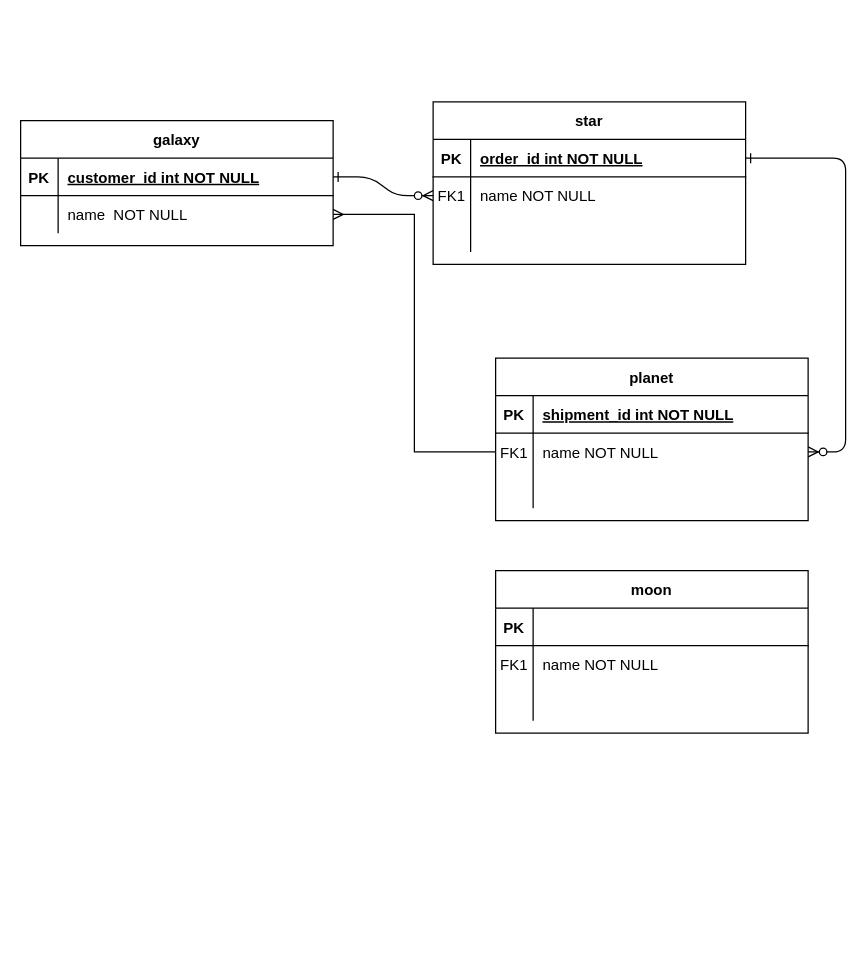
Earlier version of the draw.io diagram Untitled Diagram.drawio (Trusaman/Celestial-Bodies-Database-Freecodecamp). Source tidied: cells renumbered, new cells numbered last; positions are measured from the earlier drawing's top-left corner, leaving out a move shared by most shapes. Both pictures are drawn from the tidied source at 125%, with x=0, y=0 at pixel (20, 101).
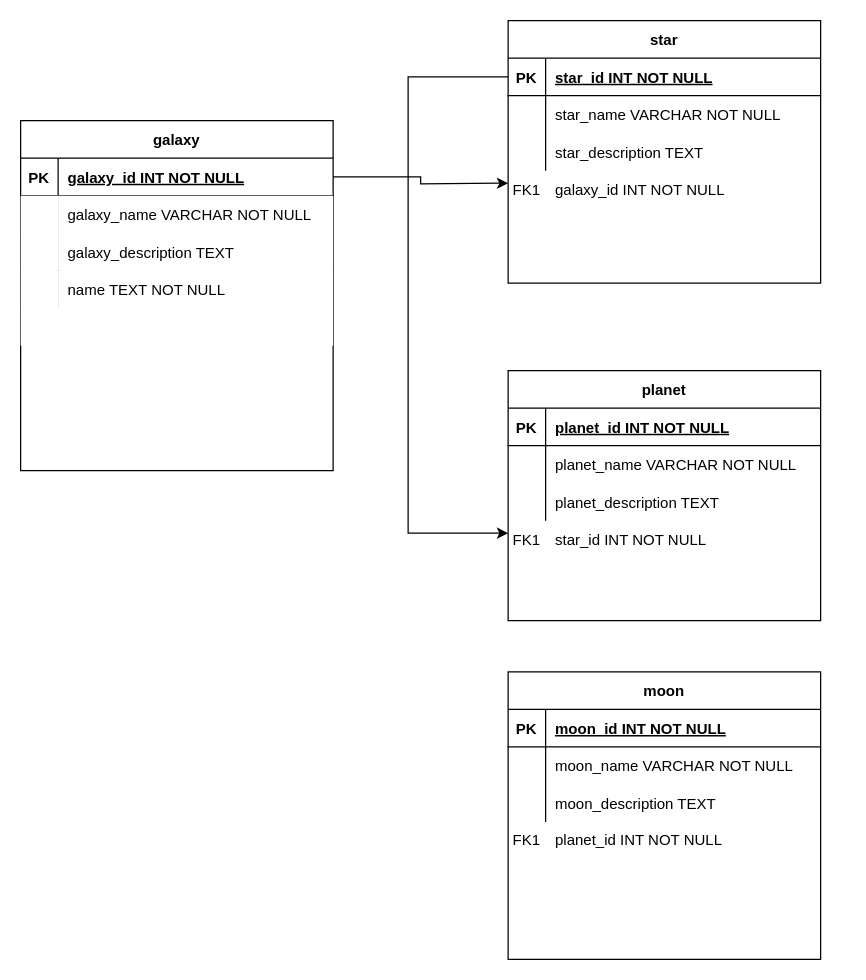
After the change.

Change to the diagram source:
```diff
@@
-    <mxCell id="2" style="edgeStyle=entityRelationEdgeStyle;endArrow=ERzeroToMany;startArrow=ERone;endFill=1;startFill=0;" parent="1" edge="1" source="25" target="8">
-      <mxGeometry relative="1" as="geometry" />
-    </mxCell>
-    <mxCell id="3" style="edgeStyle=entityRelationEdgeStyle;endArrow=ERzeroToMany;startArrow=ERone;endFill=1;startFill=0;" parent="1" edge="1" source="5" target="18">
-      <mxGeometry relative="1" as="geometry" />
-    </mxCell>
+    <mxCell id="14" value="planet" style="shape=table;startSize=30;childLayout=tableLayout;rowLines=0;fontStyle=1;align=center;gradientColor=none;shadow=0;" parent="1" vertex="1">
+      <mxGeometry x="390" y="215" width="250" height="200" as="geometry" />
+    </mxCell>
+    <mxCell id="15" style="shape=partialRectangle;fillColor=none;top=0;left=0;right=0;bottom=1;shadow=0;" parent="14" vertex="1">
+      <mxGeometry y="30" width="250" height="30" as="geometry" />
+    </mxCell>
+    <mxCell id="16" value="PK" style="shape=partialRectangle;overflow=hidden;fillColor=none;top=0;left=0;bottom=0;right=0;fontStyle=1;shadow=0;" parent="15" vertex="1">
+      <mxGeometry width="30" height="30" as="geometry" />
+    </mxCell>
+    <mxCell id="17" value="planet_id INT NOT NULL " style="shape=partialRectangle;overflow=hidden;fillColor=none;top=0;left=0;bottom=0;right=0;align=left;spacingLeft=6;fontStyle=5;shadow=0;" parent="15" vertex="1">
+      <mxGeometry x="30" width="220" height="30" as="geometry" />
+    </mxCell>
+    <mxCell id="18" style="shape=partialRectangle;fillColor=none;points=[[0,0.5],[1,0.5]];portConstraint=eastwest;top=0;left=0;right=0;bottom=0;shadow=0;" parent="14" vertex="1">
+      <mxGeometry y="60" width="250" height="30" as="geometry" />
+    </mxCell>
+    <mxCell id="19" style="shape=partialRectangle;overflow=hidden;fillColor=none;top=0;left=0;bottom=0;right=0;shadow=0;" parent="18" vertex="1">
+      <mxGeometry width="30" height="30" as="geometry" />
+    </mxCell>
+    <mxCell id="20" value="planet_name VARCHAR NOT NULL" style="shape=partialRectangle;overflow=hidden;fillColor=none;top=0;left=0;bottom=0;right=0;align=left;spacingLeft=6;shadow=0;" parent="18" vertex="1">
+      <mxGeometry x="30" width="220" height="30" as="geometry" />
+    </mxCell>
+    <mxCell id="21" style="shape=partialRectangle;fillColor=none;top=0;left=0;right=0;bottom=0;shadow=0;" parent="14" vertex="1">
+      <mxGeometry y="90" width="250" height="30" as="geometry" />
+    </mxCell>
+    <mxCell id="22" style="shape=partialRectangle;overflow=hidden;fillColor=none;top=0;left=0;bottom=0;right=0;shadow=0;" parent="21" vertex="1">
+      <mxGeometry width="30" height="30" as="geometry" />
+    </mxCell>
+    <mxCell id="23" value="planet_description TEXT" style="shape=partialRectangle;overflow=hidden;fillColor=none;top=0;left=0;bottom=0;right=0;align=left;spacingLeft=6;shadow=0;" parent="21" vertex="1">
+      <mxGeometry x="30" width="220" height="30" as="geometry" />
+    </mxCell>
-    <mxCell id="4" value="star" style="shape=table;startSize=30;childLayout=tableLayout;rowLines=0;fontStyle=1;align=center;" parent="1" vertex="1">
-      <mxGeometry x="330" width="250" height="130" as="geometry" />
+    <mxCell id="4" value="star" style="shape=table;startSize=30;childLayout=tableLayout;rowLines=0;fontStyle=1;align=center;swimlaneLine=1;sketch=0;shadow=0;" parent="1" vertex="1">
+      <mxGeometry x="390" y="-65" width="250" height="210" as="geometry" />
     </mxCell>
-    <mxCell id="5" style="shape=partialRectangle;fillColor=none;points=[[0,0.5],[1,0.5]];portConstraint=eastwest;top=0;left=0;right=0;bottom=1;" parent="4" vertex="1">
+    <mxCell id="5" style="shape=partialRectangle;fillColor=none;points=[[0,0.5],[1,0.5]];portConstraint=eastwest;top=0;left=0;right=0;bottom=1;shadow=0;" parent="4" vertex="1">
       <mxGeometry y="30" width="250" height="30" as="geometry" />
     </mxCell>
-    <mxCell id="6" value="PK" style="shape=partialRectangle;overflow=hidden;fillColor=none;top=0;left=0;bottom=0;right=0;fontStyle=1;" parent="5" vertex="1">
+    <mxCell id="6" value="PK" style="shape=partialRectangle;overflow=hidden;fillColor=none;top=0;left=0;bottom=0;right=0;fontStyle=1;shadow=0;" parent="5" vertex="1">
       <mxGeometry width="30" height="30" as="geometry" />
     </mxCell>
-    <mxCell id="7" value="order_id int NOT NULL " style="shape=partialRectangle;overflow=hidden;fillColor=none;top=0;left=0;bottom=0;right=0;align=left;spacingLeft=6;fontStyle=5;" parent="5" vertex="1">
+    <mxCell id="7" value="star_id INT NOT NULL " style="shape=partialRectangle;overflow=hidden;fillColor=none;top=0;left=0;bottom=0;right=0;align=left;spacingLeft=6;fontStyle=5;shadow=0;" parent="5" vertex="1">
       <mxGeometry x="30" width="220" height="30" as="geometry" />
     </mxCell>
-    <mxCell id="8" style="shape=partialRectangle;fillColor=none;points=[[0,0.5],[1,0.5]];portConstraint=eastwest;top=0;left=0;right=0;bottom=0;" parent="4" vertex="1">
+    <mxCell id="8" style="shape=partialRectangle;fillColor=none;points=[[0,0.5],[1,0.5]];portConstraint=eastwest;top=0;left=0;right=0;bottom=0;shadow=0;" parent="4" vertex="1">
       <mxGeometry y="60" width="250" height="30" as="geometry" />
     </mxCell>
-    <mxCell id="9" value="FK1" style="shape=partialRectangle;overflow=hidden;fillColor=none;top=0;left=0;bottom=0;right=0;" parent="8" vertex="1">
+    <mxCell id="9" style="shape=partialRectangle;overflow=hidden;fillColor=none;top=0;left=0;bottom=0;right=0;shadow=0;" parent="8" vertex="1">
       <mxGeometry width="30" height="30" as="geometry" />
     </mxCell>
-    <mxCell id="10" value="name NOT NULL" style="shape=partialRectangle;overflow=hidden;fillColor=none;top=0;left=0;bottom=0;right=0;align=left;spacingLeft=6;" parent="8" vertex="1">
+    <mxCell id="10" value="star_name VARCHAR NOT NULL" style="shape=partialRectangle;overflow=hidden;fillColor=none;top=0;left=0;bottom=0;right=0;align=left;spacingLeft=6;shadow=0;" parent="8" vertex="1">
       <mxGeometry x="30" width="220" height="30" as="geometry" />
     </mxCell>
-    <mxCell id="11" style="shape=partialRectangle;fillColor=none;top=0;left=0;right=0;bottom=0;" parent="4" vertex="1">
+    <mxCell id="11" style="shape=partialRectangle;fillColor=none;top=0;left=0;right=0;bottom=0;shadow=0;" parent="4" vertex="1">
       <mxGeometry y="90" width="250" height="30" as="geometry" />
     </mxCell>
-    <mxCell id="12" style="shape=partialRectangle;overflow=hidden;fillColor=none;top=0;left=0;bottom=0;right=0;" parent="11" vertex="1">
+    <mxCell id="12" style="shape=partialRectangle;overflow=hidden;fillColor=none;top=0;left=0;bottom=0;right=0;shadow=0;" parent="11" vertex="1">
       <mxGeometry width="30" height="30" as="geometry" />
     </mxCell>
-    <mxCell id="13" style="shape=partialRectangle;overflow=hidden;fillColor=none;top=0;left=0;bottom=0;right=0;align=left;spacingLeft=6;" parent="11" vertex="1">
+    <mxCell id="13" value="star_description TEXT" style="shape=partialRectangle;overflow=hidden;fillColor=none;top=0;left=0;bottom=0;right=0;align=left;spacingLeft=6;shadow=0;" parent="11" vertex="1">
       <mxGeometry x="30" width="220" height="30" as="geometry" />
     </mxCell>
-    <mxCell id="14" value="planet" style="shape=table;startSize=30;childLayout=tableLayout;rowLines=0;fontStyle=1;align=center;" parent="1" vertex="1">
-      <mxGeometry x="380" y="205" width="250" height="130" as="geometry" />
-    </mxCell>
-    <mxCell id="15" style="shape=partialRectangle;fillColor=none;top=0;left=0;right=0;bottom=1;" parent="14" vertex="1">
-      <mxGeometry y="30" width="250" height="30" as="geometry" />
-    </mxCell>
-    <mxCell id="16" value="PK" style="shape=partialRectangle;overflow=hidden;fillColor=none;top=0;left=0;bottom=0;right=0;fontStyle=1;" parent="15" vertex="1">
-      <mxGeometry width="30" height="30" as="geometry" />
-    </mxCell>
-    <mxCell id="17" value="shipment_id int NOT NULL " style="shape=partialRectangle;overflow=hidden;fillColor=none;top=0;left=0;bottom=0;right=0;align=left;spacingLeft=6;fontStyle=5;" parent="15" vertex="1">
-      <mxGeometry x="30" width="220" height="30" as="geometry" />
-    </mxCell>
-    <mxCell id="18" style="shape=partialRectangle;fillColor=none;points=[[0,0.5],[1,0.5]];portConstraint=eastwest;top=0;left=0;right=0;bottom=0;" parent="14" vertex="1">
-      <mxGeometry y="60" width="250" height="30" as="geometry" />
-    </mxCell>
-    <mxCell id="19" value="FK1" style="shape=partialRectangle;overflow=hidden;fillColor=none;top=0;left=0;bottom=0;right=0;" parent="18" vertex="1">
-      <mxGeometry width="30" height="30" as="geometry" />
-    </mxCell>
-    <mxCell id="20" value="name NOT NULL" style="shape=partialRectangle;overflow=hidden;fillColor=none;top=0;left=0;bottom=0;right=0;align=left;spacingLeft=6;" parent="18" vertex="1">
-      <mxGeometry x="30" width="220" height="30" as="geometry" />
-    </mxCell>
-    <mxCell id="21" style="shape=partialRectangle;fillColor=none;top=0;left=0;right=0;bottom=0;" parent="14" vertex="1">
-      <mxGeometry y="90" width="250" height="30" as="geometry" />
-    </mxCell>
-    <mxCell id="22" style="shape=partialRectangle;overflow=hidden;fillColor=none;top=0;left=0;bottom=0;right=0;" parent="21" vertex="1">
-      <mxGeometry width="30" height="30" as="geometry" />
-    </mxCell>
-    <mxCell id="23" style="shape=partialRectangle;overflow=hidden;fillColor=none;top=0;left=0;bottom=0;right=0;align=left;spacingLeft=6;" parent="21" vertex="1">
-      <mxGeometry x="30" width="220" height="30" as="geometry" />
-    </mxCell>
-    <mxCell id="24" value="galaxy" style="shape=table;startSize=30;childLayout=tableLayout;rowLines=0;fontStyle=1;align=center;" parent="1" vertex="1">
-      <mxGeometry y="15" width="250" height="100" as="geometry" />
+    <mxCell id="24" value="galaxy" style="shape=table;startSize=30;childLayout=tableLayout;rowLines=0;fontStyle=1;align=center;shadow=0;" parent="1" vertex="1">
+      <mxGeometry y="15" width="250" height="280" as="geometry" />
     </mxCell>
-    <mxCell id="25" style="shape=partialRectangle;fillColor=none;points=[[0,0.5],[1,0.5]];portConstraint=eastwest;top=0;left=0;right=0;bottom=1;" parent="24" vertex="1">
+    <mxCell id="25" style="shape=partialRectangle;fillColor=none;points=[[0,0.5],[1,0.5]];portConstraint=eastwest;top=0;left=0;right=0;bottom=1;shadow=0;" parent="24" vertex="1">
       <mxGeometry y="30" width="250" height="30" as="geometry" />
     </mxCell>
-    <mxCell id="26" value="PK" style="shape=partialRectangle;overflow=hidden;fillColor=none;top=0;left=0;bottom=0;right=0;fontStyle=1;" parent="25" vertex="1">
+    <mxCell id="26" value="PK" style="shape=partialRectangle;overflow=hidden;fillColor=none;top=0;left=0;bottom=0;right=0;fontStyle=1;shadow=0;" parent="25" vertex="1">
       <mxGeometry width="30" height="30" as="geometry" />
     </mxCell>
-    <mxCell id="27" value="customer_id int NOT NULL " style="shape=partialRectangle;overflow=hidden;fillColor=none;top=0;left=0;bottom=0;right=0;align=left;spacingLeft=6;fontStyle=5;" parent="25" vertex="1">
+    <mxCell id="27" value="galaxy_id INT NOT NULL " style="shape=partialRectangle;overflow=hidden;fillColor=none;top=0;left=0;bottom=0;right=0;align=left;spacingLeft=6;fontStyle=5;shadow=0;" parent="25" vertex="1">
       <mxGeometry x="30" width="220" height="30" as="geometry" />
     </mxCell>
-    <mxCell id="28" style="shape=partialRectangle;fillColor=none;points=[[0,0.5],[1,0.5]];portConstraint=eastwest;top=0;left=0;right=0;bottom=0;" parent="24" vertex="1">
+    <mxCell id="28" style="shape=partialRectangle;fillColor=none;points=[[0,0.5],[1,0.5]];portConstraint=eastwest;top=0;left=0;right=0;bottom=0;shadow=0;" parent="24" vertex="1">
       <mxGeometry y="60" width="250" height="30" as="geometry" />
     </mxCell>
-    <mxCell id="29" style="shape=partialRectangle;overflow=hidden;fillColor=none;top=0;left=0;bottom=0;right=0;" parent="28" vertex="1">
+    <mxCell id="29" style="shape=partialRectangle;overflow=hidden;top=0;left=0;bottom=0;right=0;shadow=0;" parent="28" vertex="1">
       <mxGeometry width="30" height="30" as="geometry" />
     </mxCell>
-    <mxCell id="30" value="name  NOT NULL" style="shape=partialRectangle;overflow=hidden;fillColor=none;top=0;left=0;bottom=0;right=0;align=left;spacingLeft=6;" parent="28" vertex="1">
+    <mxCell id="30" value="galaxy_name VARCHAR NOT NULL" style="shape=partialRectangle;overflow=hidden;top=0;left=0;bottom=0;right=0;align=left;spacingLeft=6;shadow=0;" parent="28" vertex="1">
       <mxGeometry x="30" width="220" height="30" as="geometry" />
     </mxCell>
+    <mxCell id="42" style="shape=partialRectangle;fillColor=none;top=0;left=0;right=0;bottom=0;shadow=0;" parent="24" vertex="1">
+      <mxGeometry y="90" width="250" height="30" as="geometry" />
+    </mxCell>
+    <mxCell id="43" style="shape=partialRectangle;overflow=hidden;top=0;left=0;bottom=0;right=0;shadow=0;" parent="42" vertex="1">
+      <mxGeometry width="30" height="30" as="geometry" />
+    </mxCell>
+    <mxCell id="44" value="galaxy_description TEXT" style="shape=partialRectangle;overflow=hidden;top=0;left=0;bottom=0;right=0;align=left;spacingLeft=6;shadow=0;" parent="42" vertex="1">
+      <mxGeometry x="30" width="220" height="30" as="geometry" />
+    </mxCell>
+    <mxCell id="45" style="shape=partialRectangle;fillColor=none;top=0;left=0;right=0;bottom=0;shadow=0;" parent="24" vertex="1">
+      <mxGeometry y="120" width="250" height="30" as="geometry" />
+    </mxCell>
+    <mxCell id="46" style="shape=partialRectangle;overflow=hidden;top=0;left=0;bottom=0;right=0;shadow=0;" parent="45" vertex="1">
+      <mxGeometry width="30" height="30" as="geometry" />
+    </mxCell>
+    <mxCell id="47" value="name TEXT NOT NULL" style="shape=partialRectangle;overflow=hidden;top=0;left=0;bottom=0;right=0;align=left;spacingLeft=6;shadow=0;" parent="45" vertex="1">
+      <mxGeometry x="30" width="220" height="30" as="geometry" />
+    </mxCell>
-    <mxCell id="31" value="moon" style="shape=table;startSize=30;childLayout=tableLayout;rowLines=0;fontStyle=1;align=center;" parent="1" vertex="1">
-      <mxGeometry x="380" y="375" width="250" height="130" as="geometry" />
+    <mxCell id="31" value="moon" style="shape=table;startSize=30;childLayout=tableLayout;rowLines=0;fontStyle=1;align=center;shadow=0;" parent="1" vertex="1">
+      <mxGeometry x="390" y="456" width="250" height="230" as="geometry" />
     </mxCell>
-    <mxCell id="32" style="shape=partialRectangle;fillColor=none;top=0;left=0;right=0;bottom=1;" parent="31" vertex="1">
+    <mxCell id="32" style="shape=partialRectangle;fillColor=none;top=0;left=0;right=0;bottom=1;shadow=0;" parent="31" vertex="1">
       <mxGeometry y="30" width="250" height="30" as="geometry" />
     </mxCell>
-    <mxCell id="33" value="PK" style="shape=partialRectangle;overflow=hidden;fillColor=none;top=0;left=0;bottom=0;right=0;fontStyle=1;" parent="32" vertex="1">
+    <mxCell id="33" value="PK" style="shape=partialRectangle;overflow=hidden;fillColor=none;top=0;left=0;bottom=0;right=0;fontStyle=1;shadow=0;" parent="32" vertex="1">
       <mxGeometry width="30" height="30" as="geometry" />
     </mxCell>
-    <mxCell id="34" style="shape=partialRectangle;overflow=hidden;fillColor=none;top=0;left=0;bottom=0;right=0;align=left;spacingLeft=6;fontStyle=5;" parent="32" vertex="1">
+    <mxCell id="34" value="moon_id INT NOT NULL" style="shape=partialRectangle;overflow=hidden;fillColor=none;top=0;left=0;bottom=0;right=0;align=left;spacingLeft=6;fontStyle=5;shadow=0;" parent="32" vertex="1">
       <mxGeometry x="30" width="220" height="30" as="geometry" />
     </mxCell>
-    <mxCell id="35" style="shape=partialRectangle;fillColor=none;top=0;left=0;right=0;bottom=0;" parent="31" vertex="1">
+    <mxCell id="35" style="shape=partialRectangle;fillColor=none;top=0;left=0;right=0;bottom=0;shadow=0;" parent="31" vertex="1">
       <mxGeometry y="60" width="250" height="30" as="geometry" />
     </mxCell>
-    <mxCell id="36" value="FK1" style="shape=partialRectangle;overflow=hidden;fillColor=none;top=0;left=0;bottom=0;right=0;" parent="35" vertex="1">
+    <mxCell id="36" style="shape=partialRectangle;overflow=hidden;fillColor=none;top=0;left=0;bottom=0;right=0;shadow=0;" parent="35" vertex="1">
       <mxGeometry width="30" height="30" as="geometry" />
     </mxCell>
-    <mxCell id="37" value="name NOT NULL" style="shape=partialRectangle;overflow=hidden;fillColor=none;top=0;left=0;bottom=0;right=0;align=left;spacingLeft=6;" parent="35" vertex="1">
+    <mxCell id="37" value="moon_name VARCHAR NOT NULL" style="shape=partialRectangle;overflow=hidden;fillColor=none;top=0;left=0;bottom=0;right=0;align=left;spacingLeft=6;shadow=0;" parent="35" vertex="1">
       <mxGeometry x="30" width="220" height="30" as="geometry" />
     </mxCell>
-    <mxCell id="38" style="shape=partialRectangle;fillColor=none;top=0;left=0;right=0;bottom=0;" parent="31" vertex="1">
+    <mxCell id="38" style="shape=partialRectangle;fillColor=none;top=0;left=0;right=0;bottom=0;shadow=0;" parent="31" vertex="1">
       <mxGeometry y="90" width="250" height="30" as="geometry" />
     </mxCell>
-    <mxCell id="39" style="shape=partialRectangle;overflow=hidden;fillColor=none;top=0;left=0;bottom=0;right=0;" parent="38" vertex="1">
+    <mxCell id="39" style="shape=partialRectangle;overflow=hidden;fillColor=none;top=0;left=0;bottom=0;right=0;shadow=0;" parent="38" vertex="1">
       <mxGeometry width="30" height="30" as="geometry" />
     </mxCell>
-    <mxCell id="40" style="shape=partialRectangle;overflow=hidden;fillColor=none;top=0;left=0;bottom=0;right=0;align=left;spacingLeft=6;" parent="38" vertex="1">
+    <mxCell id="40" value="moon_description TEXT" style="shape=partialRectangle;overflow=hidden;fillColor=none;top=0;left=0;bottom=0;right=0;align=left;spacingLeft=6;shadow=0;" parent="38" vertex="1">
       <mxGeometry x="30" width="220" height="30" as="geometry" />
     </mxCell>
-    <mxCell id="41" style="edgeStyle=orthogonalEdgeStyle;rounded=0;jettySize=auto;html=1;exitX=0;exitY=0.5;exitDx=0;exitDy=0;endArrow=ERmany;endFill=0;" parent="1" edge="1" source="18" target="28">
-      <mxGeometry relative="1" as="geometry" />
-    </mxCell>
+    <mxCell id="48" style="shape=partialRectangle;overflow=hidden;top=0;left=0;bottom=0;right=0;shadow=0;" parent="1" vertex="1">
+      <mxGeometry y="165" width="30" height="30" as="geometry" />
+    </mxCell>
+    <mxCell id="49" style="shape=partialRectangle;overflow=hidden;top=0;left=0;bottom=0;right=0;align=left;spacingLeft=6;shadow=0;" parent="1" vertex="1">
+      <mxGeometry x="30" y="165" width="220" height="30" as="geometry" />
+    </mxCell>
+    <mxCell id="50" value="FK1" style="shape=partialRectangle;overflow=hidden;fillColor=none;top=0;left=0;bottom=0;right=0;shadow=0;" parent="1" vertex="1">
+      <mxGeometry x="390" y="55" width="30" height="30" as="geometry" />
+    </mxCell>
+    <mxCell id="51" value="galaxy_id INT NOT NULL" style="shape=partialRectangle;overflow=hidden;fillColor=none;top=0;left=0;bottom=0;right=0;align=left;spacingLeft=6;shadow=0;" parent="1" vertex="1">
+      <mxGeometry x="420" y="55" width="220" height="30" as="geometry" />
+    </mxCell>
+    <mxCell id="52" style="edgeStyle=orthogonalEdgeStyle;rounded=0;jettySize=auto;html=1;endArrow=classic;endFill=1;shadow=0;" parent="1" edge="1" source="25">
+      <mxGeometry relative="1" as="geometry">
+        <mxPoint x="390" y="65" as="targetPoint" />
+      </mxGeometry>
+    </mxCell>
+    <mxCell id="53" value="FK1" style="shape=partialRectangle;overflow=hidden;fillColor=none;top=0;left=0;bottom=0;right=0;shadow=0;" parent="1" vertex="1">
+      <mxGeometry x="390" y="335" width="30" height="30" as="geometry" />
+    </mxCell>
+    <mxCell id="54" value="star_id INT NOT NULL" style="shape=partialRectangle;overflow=hidden;fillColor=none;top=0;left=0;bottom=0;right=0;align=left;spacingLeft=6;shadow=0;" parent="1" vertex="1">
+      <mxGeometry x="420" y="335" width="220" height="30" as="geometry" />
+    </mxCell>
+    <mxCell id="55" style="edgeStyle=orthogonalEdgeStyle;rounded=0;jettySize=auto;html=1;endArrow=classic;endFill=1;shadow=0;" parent="1" edge="1" source="5">
+      <mxGeometry relative="1" as="geometry">
+        <mxPoint x="390" y="345" as="targetPoint" />
+        <Array as="points">
+          <mxPoint x="310" y="-20" />
+        </Array>
+      </mxGeometry>
+    </mxCell>
+    <mxCell id="56" value="FK1" style="shape=partialRectangle;overflow=hidden;fillColor=none;top=0;left=0;bottom=0;right=0;shadow=0;" parent="1" vertex="1">
+      <mxGeometry x="390" y="575" width="30" height="30" as="geometry" />
+    </mxCell>
+    <mxCell id="57" value="planet_id INT NOT NULL" style="shape=partialRectangle;overflow=hidden;fillColor=none;top=0;left=0;bottom=0;right=0;align=left;spacingLeft=6;shadow=0;" parent="1" vertex="1">
+      <mxGeometry x="420" y="575" width="220" height="30" as="geometry" />
+    </mxCell>
```
